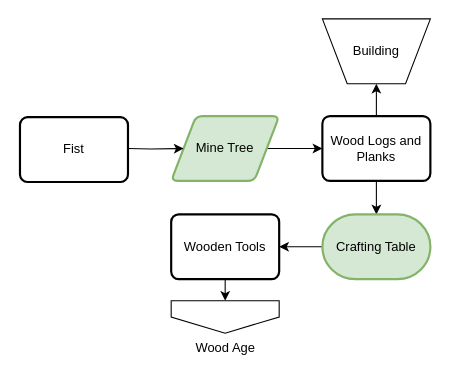
This is page "Primal Age" (3 of 5) of flowcharts/progression.drawio from MeepishRealms/Cog, a draw.io file, before an edit. Source tidied: cells renumbered, new cells numbered last; positions are measured from the earlier drawing's top-left corner, leaving out a move shared by most shapes. Both pictures are drawn from the tidied source at 108%, with x=0, y=0 at pixel (19, 18).
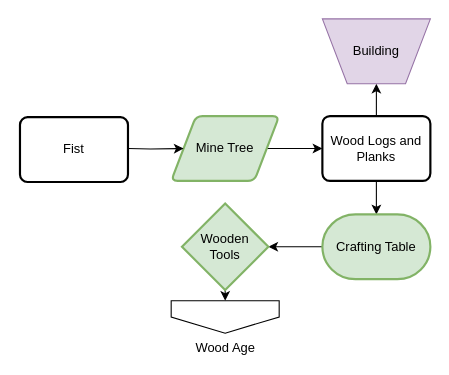
After the change.

Change to the diagram source:
```diff
@@
 <mxGraphModel>
   <root>
     <mxCell id="0" />
     <mxCell id="1" parent="0" />
     <mxCell id="2" style="edgeStyle=orthogonalEdgeStyle;rounded=0;jettySize=auto;html=1;" parent="1" edge="1" source="3" target="8">
       <mxGeometry relative="1" as="geometry" />
     </mxCell>
     <mxCell id="3" value="Mine Tree" style="shape=parallelogram;html=1;strokeWidth=2;perimeter=parallelogramPerimeter;whiteSpace=wrap;rounded=1;arcSize=12;size=0.23;fillColor=#d5e8d4;strokeColor=#82b366;" parent="1" vertex="1">
       <mxGeometry x="140" y="90" width="100" height="60" as="geometry" />
     </mxCell>
     <mxCell id="4" style="edgeStyle=orthogonalEdgeStyle;rounded=0;jettySize=auto;html=1;entryX=0;entryY=0.5;entryDx=0;entryDy=0;" parent="1" edge="1" target="3">
       <mxGeometry relative="1" as="geometry">
         <mxPoint x="100" y="120" as="sourcePoint" />
       </mxGeometry>
     </mxCell>
     <mxCell id="5" value="Fist" style="rounded=1;whiteSpace=wrap;html=1;absoluteArcSize=1;arcSize=14;strokeWidth=2;" parent="1" vertex="1">
       <mxGeometry y="91" width="100" height="60" as="geometry" />
     </mxCell>
     <mxCell id="6" style="edgeStyle=orthogonalEdgeStyle;rounded=0;jettySize=auto;html=1;" parent="1" edge="1" source="8" target="9">
       <mxGeometry relative="1" as="geometry" />
     </mxCell>
     <mxCell id="7" style="edgeStyle=orthogonalEdgeStyle;rounded=0;jettySize=auto;html=1;entryX=0.5;entryY=0;entryDx=0;entryDy=0;entryPerimeter=0;" parent="1" edge="1" source="8" target="11">
       <mxGeometry relative="1" as="geometry" />
     </mxCell>
     <mxCell id="8" value="Wood Logs and Planks" style="rounded=1;whiteSpace=wrap;html=1;absoluteArcSize=1;arcSize=14;strokeWidth=2;" parent="1" vertex="1">
       <mxGeometry x="280" y="90" width="100" height="60" as="geometry" />
     </mxCell>
-    <mxCell id="9" value="Building" style="verticalLabelPosition=middle;verticalAlign=middle;html=1;shape=trapezoid;perimeter=trapezoidPerimeter;whiteSpace=wrap;size=0.23;arcSize=10;flipV=1;labelPosition=center;align=center;" parent="1" vertex="1">
+    <mxCell id="9" value="Building" style="verticalLabelPosition=middle;verticalAlign=middle;html=1;shape=trapezoid;perimeter=trapezoidPerimeter;whiteSpace=wrap;size=0.23;arcSize=10;flipV=1;labelPosition=center;align=center;fillColor=#e1d5e7;strokeColor=#9673a6;" parent="1" vertex="1">
       <mxGeometry x="280" width="100" height="60" as="geometry" />
     </mxCell>
-    <mxCell id="10" style="edgeStyle=orthogonalEdgeStyle;rounded=0;jettySize=auto;html=1;exitX=0;exitY=0.5;exitDx=0;exitDy=0;exitPerimeter=0;" parent="1" edge="1" source="11" target="13">
+    <mxCell id="10" style="edgeStyle=orthogonalEdgeStyle;rounded=0;jettySize=auto;html=1;exitX=0;exitY=0.5;exitDx=0;exitDy=0;exitPerimeter=0;entryX=1;entryY=0.5;entryDx=0;entryDy=0;entryPerimeter=0;" parent="1" edge="1" source="11" target="13">
       <mxGeometry relative="1" as="geometry" />
     </mxCell>
     <mxCell id="11" value="Crafting Table" style="strokeWidth=2;html=1;shape=mxgraph.flowchart.terminator;whiteSpace=wrap;fillColor=#d5e8d4;strokeColor=#82b366;" parent="1" vertex="1">
       <mxGeometry x="280" y="181" width="100" height="60" as="geometry" />
     </mxCell>
-    <mxCell id="12" style="edgeStyle=orthogonalEdgeStyle;rounded=0;jettySize=auto;html=1;exitX=0.5;exitY=1;exitDx=0;exitDy=0;entryX=0.5;entryY=0;entryDx=0;entryDy=0;" parent="1" edge="1" source="13" target="14">
-      <mxGeometry relative="1" as="geometry" />
+    <mxCell id="12" style="edgeStyle=orthogonalEdgeStyle;rounded=0;jettySize=auto;html=1;exitX=0.5;exitY=1;exitDx=0;exitDy=0;entryX=0.5;entryY=0;entryDx=0;entryDy=0;" parent="1" edge="1" target="14">
+      <mxGeometry relative="1" as="geometry">
+        <mxPoint x="190" y="241" as="sourcePoint" />
+      </mxGeometry>
     </mxCell>
+    <mxCell id="14" value="Wood Age" style="verticalLabelPosition=bottom;verticalAlign=top;html=1;shape=offPageConnector;rounded=0;size=0.5;" parent="1" vertex="1">
+      <mxGeometry x="140" y="261" width="100" height="30" as="geometry" />
+    </mxCell>
-    <mxCell id="13" value="Wooden Tools" style="rounded=1;whiteSpace=wrap;html=1;absoluteArcSize=1;arcSize=14;strokeWidth=2;" parent="1" vertex="1">
-      <mxGeometry x="140" y="181" width="100" height="60" as="geometry" />
+    <mxCell id="13" value="Wooden&lt;br&gt;Tools" style="strokeWidth=2;html=1;shape=mxgraph.flowchart.decision;whiteSpace=wrap;fillColor=#d5e8d4;strokeColor=#82b366;" parent="1" vertex="1">
+      <mxGeometry x="150" y="171" width="80" height="80" as="geometry" />
     </mxCell>
-    <mxCell id="14" value="Wood Age" style="verticalLabelPosition=bottom;verticalAlign=top;html=1;shape=offPageConnector;rounded=0;size=0.5;" parent="1" vertex="1">
-      <mxGeometry x="140" y="261" width="100" height="30" as="geometry" />
-    </mxCell>
   </root>
 </mxGraphModel>
```
